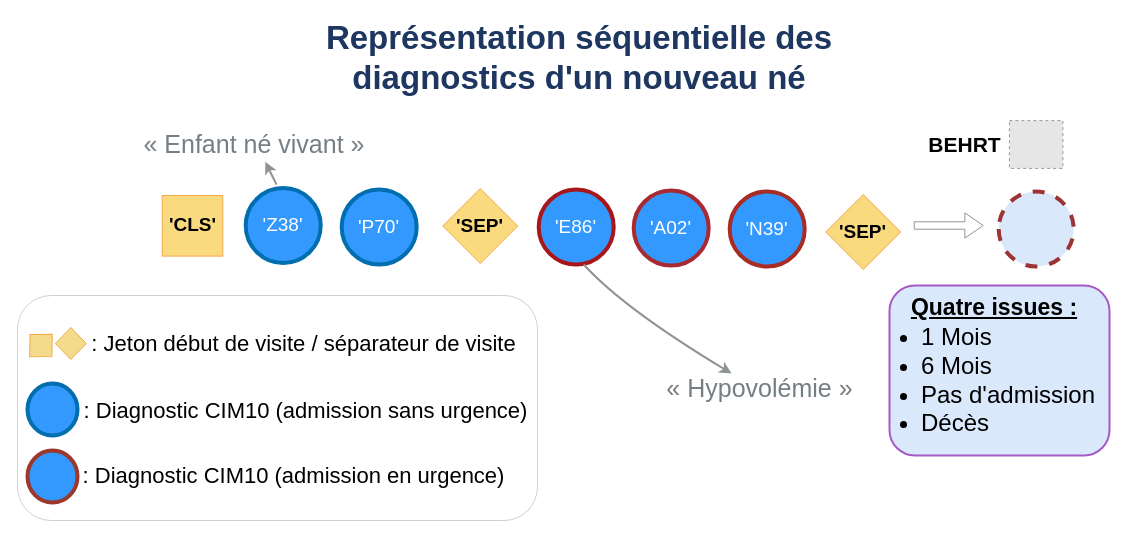
The draw.io diagram ex_séquence.drawio in Basso42/BEHRT, before the edit. Source tidied: cells renumbered, new cells numbered last; positions are measured from the earlier drawing's top-left corner, leaving out a move shared by most shapes. Both pictures are drawn from the tidied source at 100%, with x=0, y=0 at pixel (17, 56). Pictures stored in the file or linked from it are replaced by grey dashed boxes.
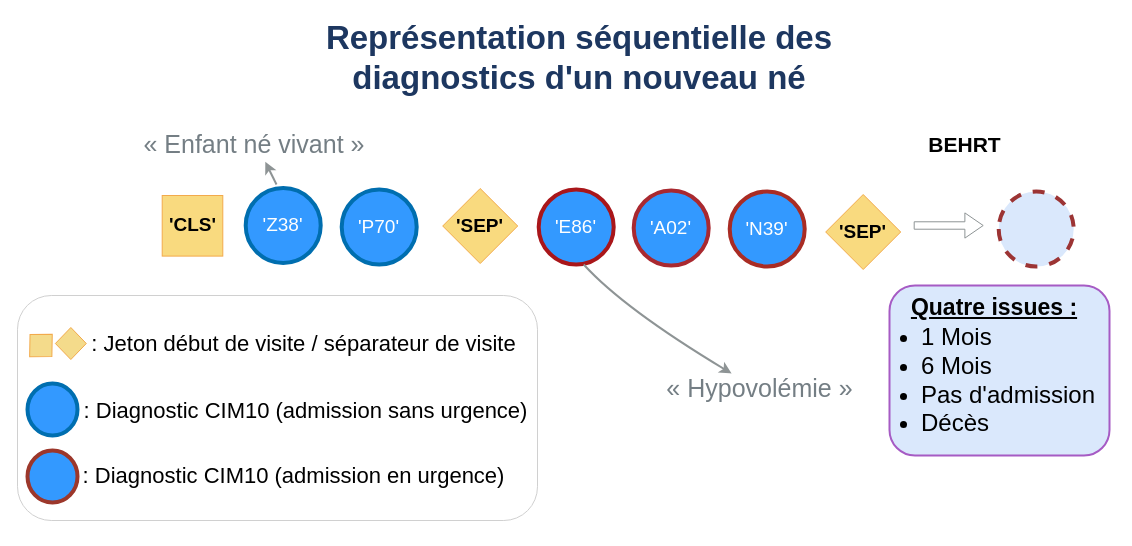
The same page after the edit.

Diff of the diagram source:
```diff
@@
-    <mxCell id="30" style="fillColor=#E6E6E6;strokeColor=#999999;dashed=1;verticalLabelPosition=bottom;labelBackgroundColor=default;verticalAlign=top;" parent="1" vertex="1">
-      <mxGeometry x="991.9" y="64.1" width="53.5" height="47.8" as="geometry" />
-    </mxCell>
```
